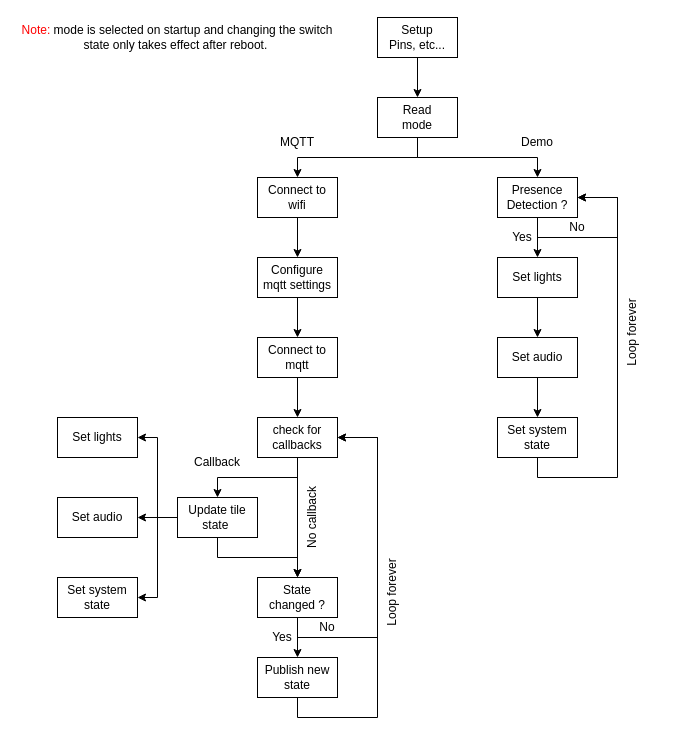
Above: page "General" (1 of 3) of docs/Flowchart.drawio in vives-project-xp/MusicLightTiles (draw.io), before the change. Source tidied: cells renumbered, new cells numbered last; positions are measured from the earlier drawing's top-left corner, leaving out a move shared by most shapes. Both pictures are drawn from the tidied source at 100%, with x=0, y=0 at pixel (17, 17).
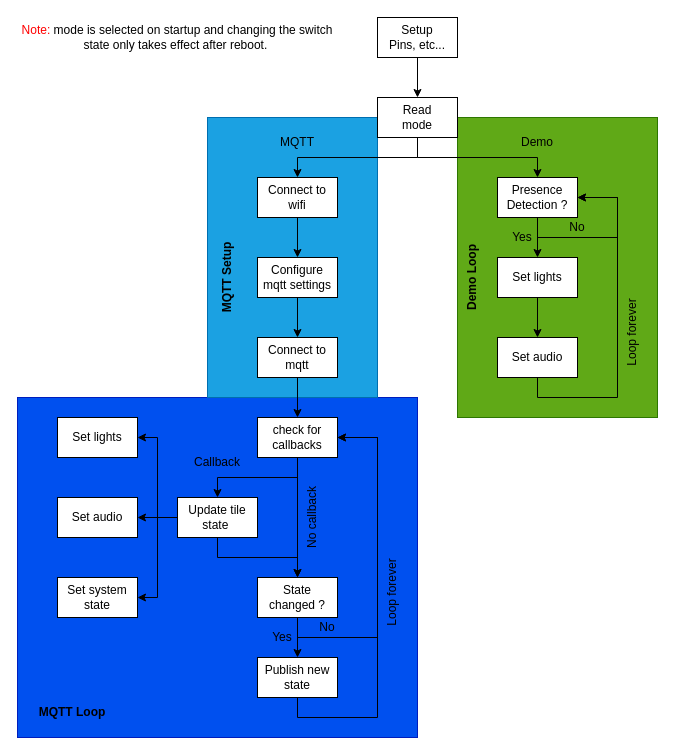
Above is the later version.

Commit message:
Made some changes to the flowchart

Unchanged cells that the change refers to:
```xml
<mxCell id="10" value="Presence&lt;br&gt;Detection ?" style="rounded=0;whiteSpace=wrap;html=1;" parent="1" vertex="1">
  <mxGeometry x="480" y="160" width="80" height="40" as="geometry" />
</mxCell>
<mxCell id="15" value="Set audio" style="rounded=0;whiteSpace=wrap;html=1;" parent="1" vertex="1">
  <mxGeometry x="480" y="320" width="80" height="40" as="geometry" />
</mxCell>
```

Change to the diagram source:
```diff
@@
+    <mxCell id="49" style="rounded=0;whiteSpace=wrap;html=1;fillColor=#0050ef;strokeColor=#001DBC;fontColor=#ffffff;" parent="1" vertex="1">
+      <mxGeometry y="380" width="400" height="340" as="geometry" />
+    </mxCell>
+    <mxCell id="50" style="rounded=0;whiteSpace=wrap;html=1;fillColor=#1ba1e2;strokeColor=#006EAF;fontColor=#ffffff;" parent="1" vertex="1">
+      <mxGeometry x="190" y="100" width="170" height="280" as="geometry" />
+    </mxCell>
+    <mxCell id="51" style="rounded=0;whiteSpace=wrap;html=1;fillColor=#60a917;strokeColor=#2D7600;fontColor=#ffffff;" parent="1" vertex="1">
+      <mxGeometry x="440" y="100" width="200" height="300" as="geometry" />
+    </mxCell>
@@
-    <mxCell id="14" style="edgeStyle=orthogonalEdgeStyle;rounded=0;jettySize=auto;html=1;exitX=0.5;exitY=1;exitDx=0;exitDy=0;entryX=0.5;entryY=0;entryDx=0;entryDy=0;" parent="1" edge="1" source="15" target="48">
-      <mxGeometry relative="1" as="geometry" />
+    <mxCell id="14" style="edgeStyle=orthogonalEdgeStyle;rounded=0;jettySize=auto;html=1;exitX=0.5;exitY=1;exitDx=0;exitDy=0;entryX=1;entryY=0.5;entryDx=0;entryDy=0;" parent="1" edge="1" source="15" target="10">
+      <mxGeometry relative="1" as="geometry">
+        <Array as="points">
+          <mxPoint x="520" y="380" />
+          <mxPoint x="600" y="380" />
+          <mxPoint x="600" y="180" />
+        </Array>
+      </mxGeometry>
     </mxCell>
@@
-    <mxCell id="47" style="edgeStyle=orthogonalEdgeStyle;rounded=0;jettySize=auto;html=1;exitX=0.5;exitY=1;exitDx=0;exitDy=0;entryX=1;entryY=0.5;entryDx=0;entryDy=0;" parent="1" edge="1" source="48" target="10">
-      <mxGeometry relative="1" as="geometry">
-        <Array as="points">
-          <mxPoint x="520" y="460" />
-          <mxPoint x="600" y="460" />
-          <mxPoint x="600" y="180" />
-        </Array>
-      </mxGeometry>
-    </mxCell>
-    <mxCell id="48" value="Set system state" style="rounded=0;whiteSpace=wrap;html=1;" parent="1" vertex="1">
-      <mxGeometry x="480" y="400" width="80" height="40" as="geometry" />
-    </mxCell>
+    <mxCell id="52" value="MQTT Loop" style="text;html=1;strokeColor=none;fillColor=none;align=center;verticalAlign=middle;whiteSpace=wrap;rounded=0;fontStyle=1;" parent="1" vertex="1">
+      <mxGeometry x="10" y="680" width="90" height="30" as="geometry" />
+    </mxCell>
+    <mxCell id="53" value="MQTT Setup" style="text;html=1;strokeColor=none;fillColor=none;align=center;verticalAlign=middle;whiteSpace=wrap;rounded=0;fontStyle=1;rotation=-90;" parent="1" vertex="1">
+      <mxGeometry x="165" y="245" width="90" height="30" as="geometry" />
+    </mxCell>
+    <mxCell id="54" value="Demo Loop" style="text;html=1;strokeColor=none;fillColor=none;align=center;verticalAlign=middle;whiteSpace=wrap;rounded=0;fontStyle=1;rotation=-90;" parent="1" vertex="1">
+      <mxGeometry x="410" y="245" width="90" height="30" as="geometry" />
+    </mxCell>
```
